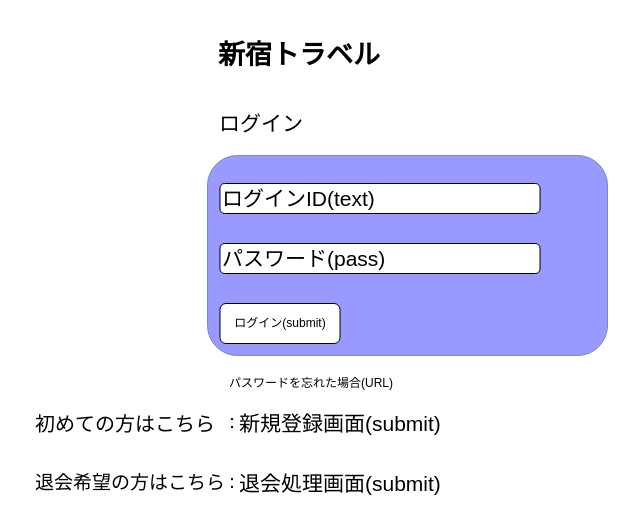
This is ログイン画面レイアウト.drawio from 2022java42-student006/document, a draw.io file, before an edit. Source tidied: cells renumbered, new cells numbered last; positions are measured from the earlier drawing's top-left corner, leaving out a move shared by most shapes. Both pictures are drawn from the tidied source at 100%, with x=0, y=0 at pixel (17, 24).
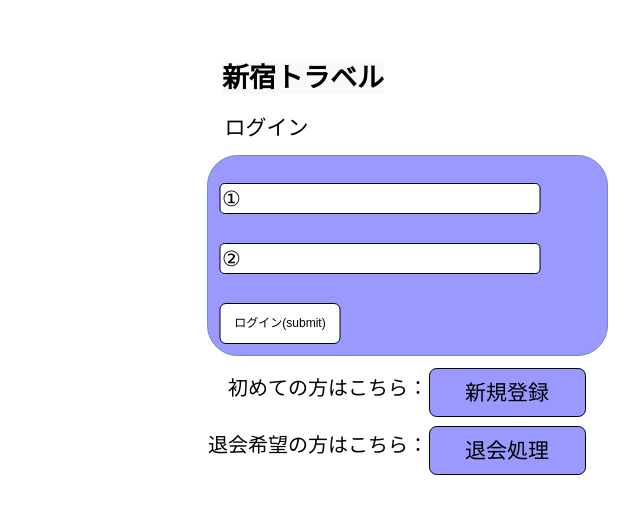
After the change.

Diff of the diagram source:
```diff
@@
 <mxGraphModel>
   <root>
     <mxCell id="0" />
     <mxCell id="1" parent="0" />
-    <mxCell id="2" value="&lt;h2&gt;&lt;font style=&quot;font-size: 27px&quot;&gt;新宿トラベル&lt;/font&gt;&lt;/h2&gt;" style="rounded=1;whiteSpace=wrap;html=1;align=left;strokeColor=none;fontFamily=Georgia;" parent="1" vertex="1">
-      <mxGeometry x="199" width="183" height="60" as="geometry" />
-    </mxCell>
-    <mxCell id="3" value="&lt;font style=&quot;font-size: 21px&quot;&gt;ログイン&lt;/font&gt;" style="rounded=1;whiteSpace=wrap;html=1;align=left;labelBackgroundColor=none;strokeColor=none;" parent="1" vertex="1">
-      <mxGeometry x="200" y="69" width="90" height="60" as="geometry" />
-    </mxCell>
-    <mxCell id="4" value="&lt;font style=&quot;font-size: 12px&quot;&gt;パスワードを忘れた場合(URL)&lt;/font&gt;" style="rounded=1;whiteSpace=wrap;html=1;strokeColor=none;align=left;" parent="1" vertex="1">
-      <mxGeometry x="210" y="349" width="300" height="20" as="geometry" />
-    </mxCell>
-    <mxCell id="5" value="&lt;font style=&quot;font-size: 20px&quot;&gt;初めての方はこちら&lt;/font&gt;" style="rounded=1;whiteSpace=wrap;html=1;fontSize=16;align=right;strokeColor=none;" parent="1" vertex="1">
-      <mxGeometry y="379" width="200" height="40" as="geometry" />
-    </mxCell>
-    <mxCell id="6" value="&lt;font style=&quot;font-size: 16px&quot;&gt;：&lt;/font&gt;" style="rounded=1;whiteSpace=wrap;html=1;fontSize=12;strokeColor=none;" parent="1" vertex="1">
-      <mxGeometry x="210" y="369" width="10" height="60" as="geometry" />
-    </mxCell>
-    <mxCell id="7" value="新規登録画面(submit)" style="rounded=1;whiteSpace=wrap;html=1;fontSize=21;align=left;strokeColor=none;" parent="1" vertex="1">
-      <mxGeometry x="220" y="384" width="285" height="30" as="geometry" />
-    </mxCell>
-    <mxCell id="8" value="&lt;font style=&quot;font-size: 19px&quot;&gt;退会希望の方はこちら&lt;/font&gt;" style="rounded=1;whiteSpace=wrap;html=1;fontSize=16;align=right;strokeColor=none;" parent="1" vertex="1">
-      <mxGeometry x="10" y="439" width="200" height="40" as="geometry" />
-    </mxCell>
-    <mxCell id="9" value="&lt;font style=&quot;font-size: 16px&quot;&gt;：&lt;/font&gt;" style="rounded=1;whiteSpace=wrap;html=1;fontSize=12;strokeColor=none;" parent="1" vertex="1">
-      <mxGeometry x="210" y="429" width="10" height="60" as="geometry" />
-    </mxCell>
-    <mxCell id="10" value="退会処理画面(submit)" style="rounded=1;whiteSpace=wrap;html=1;fontSize=21;align=left;strokeColor=none;" parent="1" vertex="1">
-      <mxGeometry x="220" y="444" width="285" height="30" as="geometry" />
-    </mxCell>
     <mxCell id="11" style="rounded=1;whiteSpace=wrap;html=1;fillColor=#9999FF;strokeColor=#6c8ebf;gradientColor=none;" parent="1" vertex="1">
       <mxGeometry x="190" y="131" width="400" height="200" as="geometry" />
     </mxCell>
-    <mxCell id="12" value="ログインID(text)" style="rounded=1;whiteSpace=wrap;html=1;fontSize=21;align=left;" parent="1" vertex="1">
+    <mxCell id="12" value="①" style="rounded=1;whiteSpace=wrap;html=1;fontSize=21;align=left;" parent="1" vertex="1">
       <mxGeometry x="202.5" y="159" width="320" height="30" as="geometry" />
     </mxCell>
-    <mxCell id="13" value="パスワード(pass)" style="rounded=1;whiteSpace=wrap;html=1;fontSize=21;align=left;" parent="1" vertex="1">
+    <mxCell id="13" value="②" style="rounded=1;whiteSpace=wrap;html=1;fontSize=21;align=left;" parent="1" vertex="1">
       <mxGeometry x="202.5" y="219" width="320" height="30" as="geometry" />
     </mxCell>
     <mxCell id="14" value="ログイン(submit)" style="rounded=1;whiteSpace=wrap;html=1;fontSize=12;" parent="1" vertex="1">
       <mxGeometry x="202.5" y="279" width="120" height="40" as="geometry" />
     </mxCell>
+    <mxCell id="3" value="&lt;span style=&quot;font-size: 21px ; text-align: left&quot;&gt;ログイン&lt;/span&gt;" style="text;html=1;strokeColor=none;fillColor=none;align=center;verticalAlign=middle;whiteSpace=wrap;rounded=0;" parent="1" vertex="1">
+      <mxGeometry x="194" y="88" width="111" height="30" as="geometry" />
+    </mxCell>
+    <mxCell id="2" value="&#10;&#10;&lt;h2 style=&quot;color: rgb(0, 0, 0); font-family: georgia; font-style: normal; letter-spacing: normal; text-align: left; text-indent: 0px; text-transform: none; word-spacing: 0px; background-color: rgb(248, 249, 250);&quot;&gt;&lt;font style=&quot;font-size: 27px&quot;&gt;新宿トラベル&lt;/font&gt;&lt;/h2&gt;&#10;&#10;" style="text;html=1;strokeColor=none;fillColor=none;align=center;verticalAlign=middle;whiteSpace=wrap;rounded=0;" parent="1" vertex="1">
+      <mxGeometry x="200" y="38" width="172" height="30" as="geometry" />
+    </mxCell>
+    <mxCell id="15" value="&lt;span style=&quot;font-size: 20px;&quot;&gt;初めての方はこちら：&lt;/span&gt;" style="text;html=1;strokeColor=none;fillColor=none;align=right;verticalAlign=middle;whiteSpace=wrap;rounded=0;" parent="1" vertex="1">
+      <mxGeometry x="202" y="348" width="211" height="30" as="geometry" />
+    </mxCell>
+    <mxCell id="16" value="&lt;font style=&quot;font-size: 20px&quot;&gt;退会希望の方はこちら：&lt;/font&gt;" style="text;html=1;strokeColor=none;fillColor=none;align=right;verticalAlign=middle;whiteSpace=wrap;rounded=0;" parent="1" vertex="1">
+      <mxGeometry x="189" y="405" width="224" height="30" as="geometry" />
+    </mxCell>
+    <mxCell id="17" value="&lt;span style=&quot;font-size: 21px ; text-align: left&quot;&gt;新規登録&lt;/span&gt;" style="rounded=1;whiteSpace=wrap;html=1;fontSize=20;flipH=1;flipV=1;fillColor=#9999FF;" parent="1" vertex="1">
+      <mxGeometry x="412" y="344" width="156" height="48" as="geometry" />
+    </mxCell>
+    <mxCell id="18" value="&lt;span style=&quot;font-size: 21px ; text-align: left&quot;&gt;退会処理&lt;/span&gt;" style="rounded=1;whiteSpace=wrap;html=1;fontSize=20;flipH=1;flipV=1;fillColor=#9999FF;" parent="1" vertex="1">
+      <mxGeometry x="412" y="402" width="156" height="48" as="geometry" />
+    </mxCell>
   </root>
 </mxGraphModel>
```
